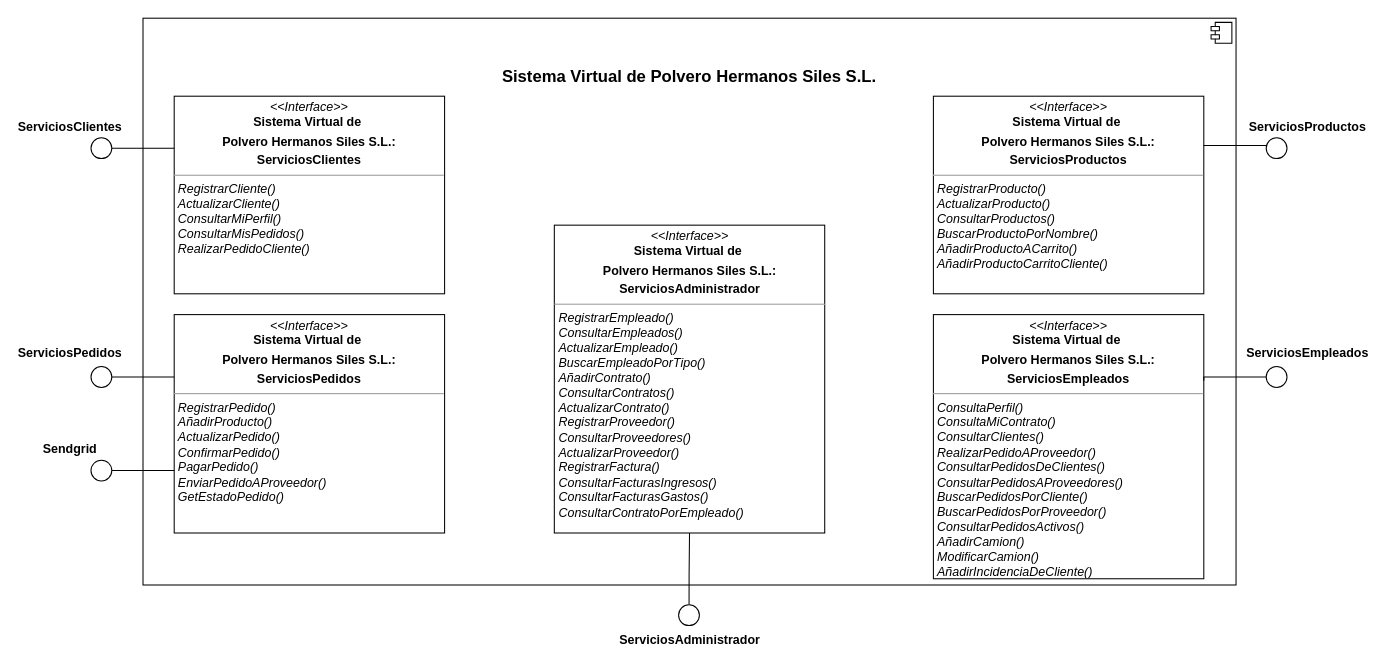
The draw.io diagram diagramas/diagrama de interfaz de sistema/diagramaInterfazSistema.drawio in felipescalera/Proyecto-IR, before the edit. Source tidied: cells renumbered, new cells numbered last; positions are measured from the earlier drawing's top-left corner, leaving out a move shared by most shapes. Both pictures are drawn from the tidied source at 104%, with x=0, y=0 at pixel (49, 18).
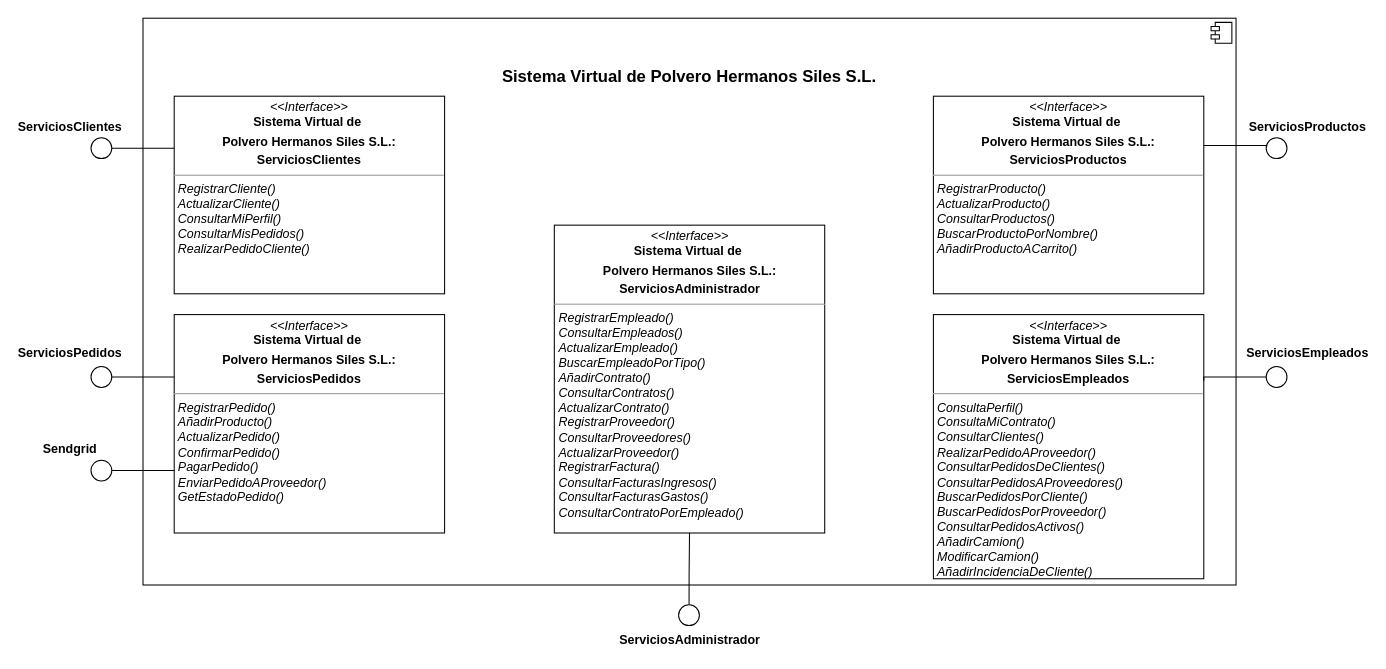
Above is the later version.

Change to the diagram source:
```diff
@@
-    <mxCell id="6" value="&lt;p style=&quot;margin: 0px ; margin-top: 4px ; text-align: center&quot;&gt;&lt;i&gt;&amp;lt;&amp;lt;Interface&amp;gt;&amp;gt;&lt;/i&gt;&lt;br&gt;&lt;b&gt;Sistema Virtual de&amp;nbsp;&lt;/b&gt;&lt;br&gt;&lt;/p&gt;&lt;p style=&quot;margin: 0px ; margin-top: 4px ; text-align: center&quot;&gt;&lt;b&gt;Polvero Hermanos Siles S.L.:&lt;/b&gt;&lt;br&gt;&lt;/p&gt;&lt;p style=&quot;margin: 0px ; margin-top: 4px ; text-align: center&quot;&gt;&lt;b&gt;ServiciosProductos&lt;/b&gt;&lt;/p&gt;&lt;hr size=&quot;1&quot;&gt;&lt;p style=&quot;margin: 0px ; margin-left: 4px&quot;&gt;&lt;i&gt;RegistrarProducto()&lt;/i&gt;&lt;/p&gt;&lt;p style=&quot;margin: 0px ; margin-left: 4px&quot;&gt;&lt;i&gt;ActualizarProducto()&lt;/i&gt;&lt;/p&gt;&lt;p style=&quot;margin: 0px ; margin-left: 4px&quot;&gt;&lt;i&gt;ConsultarProductos()&lt;/i&gt;&lt;/p&gt;&lt;p style=&quot;margin: 0px ; margin-left: 4px&quot;&gt;&lt;i&gt;BuscarProductoPorNombre()&lt;/i&gt;&lt;/p&gt;&lt;p style=&quot;margin: 0px ; margin-left: 4px&quot;&gt;&lt;i&gt;AñadirProductoACarrito()&lt;/i&gt;&lt;/p&gt;&lt;p style=&quot;margin: 0px ; margin-left: 4px&quot;&gt;&lt;i&gt;AñadirProductoCarritoCliente()&lt;/i&gt;&lt;/p&gt;&lt;p style=&quot;margin: 0px ; margin-left: 4px&quot;&gt;&lt;br&gt;&lt;/p&gt;&lt;p style=&quot;margin: 0px ; margin-left: 4px&quot;&gt;&lt;br&gt;&lt;/p&gt;" style="verticalAlign=top;align=left;overflow=fill;fontSize=12;fontFamily=Helvetica;html=1;" parent="1" vertex="1">
+    <mxCell id="6" value="&lt;p style=&quot;margin: 0px ; margin-top: 4px ; text-align: center&quot;&gt;&lt;i&gt;&amp;lt;&amp;lt;Interface&amp;gt;&amp;gt;&lt;/i&gt;&lt;br&gt;&lt;b&gt;Sistema Virtual de&amp;nbsp;&lt;/b&gt;&lt;br&gt;&lt;/p&gt;&lt;p style=&quot;margin: 0px ; margin-top: 4px ; text-align: center&quot;&gt;&lt;b&gt;Polvero Hermanos Siles S.L.:&lt;/b&gt;&lt;br&gt;&lt;/p&gt;&lt;p style=&quot;margin: 0px ; margin-top: 4px ; text-align: center&quot;&gt;&lt;b&gt;ServiciosProductos&lt;/b&gt;&lt;/p&gt;&lt;hr size=&quot;1&quot;&gt;&lt;p style=&quot;margin: 0px ; margin-left: 4px&quot;&gt;&lt;i&gt;RegistrarProducto()&lt;/i&gt;&lt;/p&gt;&lt;p style=&quot;margin: 0px ; margin-left: 4px&quot;&gt;&lt;i&gt;ActualizarProducto()&lt;/i&gt;&lt;/p&gt;&lt;p style=&quot;margin: 0px ; margin-left: 4px&quot;&gt;&lt;i&gt;ConsultarProductos()&lt;/i&gt;&lt;/p&gt;&lt;p style=&quot;margin: 0px ; margin-left: 4px&quot;&gt;&lt;i&gt;BuscarProductoPorNombre()&lt;/i&gt;&lt;/p&gt;&lt;p style=&quot;margin: 0px ; margin-left: 4px&quot;&gt;&lt;i&gt;AñadirProductoACarrito()&lt;/i&gt;&lt;/p&gt;&lt;p style=&quot;margin: 0px ; margin-left: 4px&quot;&gt;&lt;br&gt;&lt;/p&gt;&lt;p style=&quot;margin: 0px ; margin-left: 4px&quot;&gt;&lt;br&gt;&lt;/p&gt;&lt;p style=&quot;margin: 0px ; margin-left: 4px&quot;&gt;&lt;br&gt;&lt;/p&gt;" style="verticalAlign=top;align=left;overflow=fill;fontSize=12;fontFamily=Helvetica;html=1;" parent="1" vertex="1">
       <mxGeometry x="850" y="75" width="260" height="190" as="geometry" />
     </mxCell>
```
